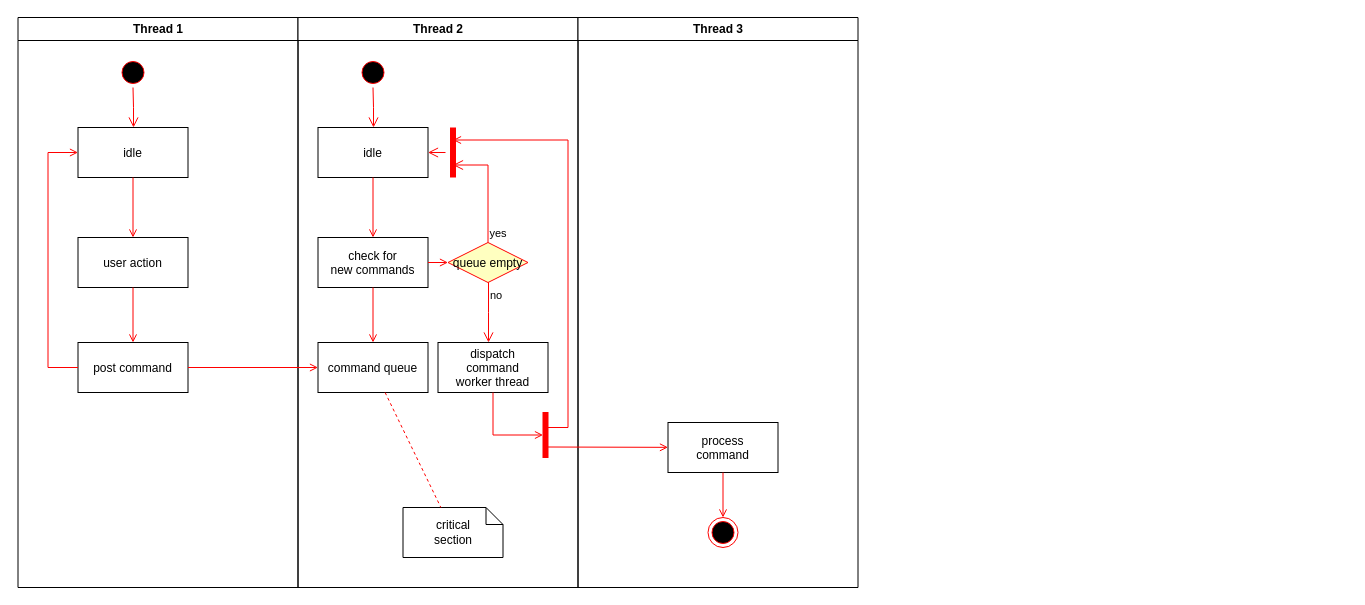
The draw.io diagram 제목 없는 다이어그램.drawio in ShimDaeSung1/EMDS2, before the edit. Source tidied: cells renumbered, new cells numbered last; positions are measured from the earlier drawing's top-left corner, leaving out a move shared by most shapes. Both pictures are drawn from the tidied source at 100%, with x=0, y=0 at pixel (17, 17).
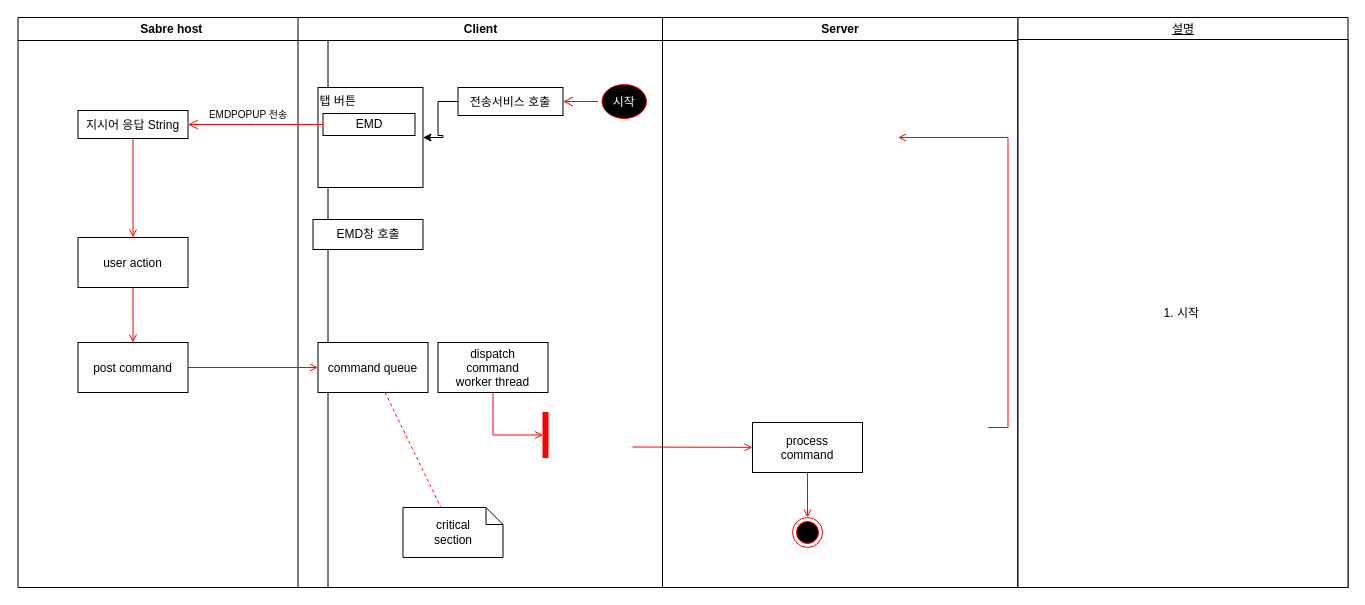
The same page after the edit.

Commit message:
제목 없는 다이어그램.drawio 업데이트

Unchanged cells that the change refers to:
```xml
<mxCell id="8" value="post command" parent="2" vertex="1">
  <mxGeometry x="60" y="325" width="110" height="50" as="geometry" />
</mxCell>
<mxCell id="17" value="command queue" parent="11" vertex="1">
  <mxGeometry x="20" y="325" width="110" height="50" as="geometry" />
</mxCell>
<mxCell id="25" value="dispatch&#10;command&#10;worker thread" parent="11" vertex="1">
  <mxGeometry x="140" y="325" width="110" height="50" as="geometry" />
</mxCell>
```

The edit, as a diff of the source:
```diff
@@
-    <mxCell id="2" value="Thread 1" style="swimlane;whiteSpace=wrap;" parent="1" vertex="1">
-      <mxGeometry x="0.5" width="280" height="570" as="geometry" />
+    <mxCell id="2" value="Sabre host " style="swimlane;whiteSpace=wrap;" parent="1" vertex="1">
+      <mxGeometry x="0.5" width="310" height="570" as="geometry" />
     </mxCell>
-    <mxCell id="3" style="ellipse;shape=startState;fillColor=#000000;strokeColor=#ff0000;" parent="2" vertex="1">
-      <mxGeometry x="100" y="40" width="30" height="30" as="geometry" />
-    </mxCell>
-    <mxCell id="4" style="edgeStyle=elbowEdgeStyle;elbow=horizontal;verticalAlign=bottom;endArrow=open;endSize=8;strokeColor=#FF0000;endFill=1;rounded=0;" parent="2" edge="1" source="3" target="5">
-      <mxGeometry x="100" y="40" as="geometry" />
-    </mxCell>
-    <mxCell id="5" value="idle" parent="2" vertex="1">
-      <mxGeometry x="60" y="110" width="110" height="50" as="geometry" />
+    <mxCell id="5" value="지시어 응답 String" parent="2" vertex="1">
+      <mxGeometry x="60" y="93" width="110" height="28" as="geometry" />
     </mxCell>
@@
-    <mxCell id="10" style="edgeStyle=elbowEdgeStyle;elbow=horizontal;strokeColor=#FF0000;endArrow=open;endFill=1;rounded=0;" parent="2" edge="1" source="8" target="5">
-      <mxGeometry relative="1" as="geometry">
-        <Array as="points">
-          <mxPoint x="30" y="250" />
-        </Array>
-      </mxGeometry>
-    </mxCell>
+    <mxCell id="37" value="EMDPOPUP 전송" style="text;html=1;strokeColor=none;fillColor=none;align=center;verticalAlign=middle;whiteSpace=wrap;rounded=0;fontSize=10;" parent="2" vertex="1">
+      <mxGeometry x="180" y="82" width="100" height="30" as="geometry" />
+    </mxCell>
-    <mxCell id="11" value="Thread 2" style="swimlane;whiteSpace=wrap;" parent="1" vertex="1">
-      <mxGeometry x="280.5" width="280" height="570" as="geometry" />
+    <mxCell id="11" value="Client" style="swimlane;whiteSpace=wrap;" parent="1" vertex="1">
+      <mxGeometry x="280.5" width="364.5" height="570" as="geometry" />
     </mxCell>
-    <mxCell id="12" style="ellipse;shape=startState;fillColor=#000000;strokeColor=#ff0000;" parent="11" vertex="1">
-      <mxGeometry x="60" y="40" width="30" height="30" as="geometry" />
+    <mxCell id="12" value="시작" style="ellipse;shape=startState;fillColor=#000000;strokeColor=#ff0000;fontColor=#FFFFFF;" parent="11" vertex="1">
+      <mxGeometry x="300" y="63" width="52.5" height="42" as="geometry" />
     </mxCell>
@@
+    <mxCell id="38" style="edgeStyle=orthogonalEdgeStyle;rounded=0;jettySize=auto;html=1;" parent="11" edge="1" source="14" target="40">
+      <mxGeometry relative="1" as="geometry" />
+    </mxCell>
-    <mxCell id="14" value="idle" parent="11" vertex="1">
-      <mxGeometry x="20" y="110" width="110" height="50" as="geometry" />
+    <mxCell id="14" value="전송서비스 호출" parent="11" vertex="1">
+      <mxGeometry x="160" y="70" width="105" height="28" as="geometry" />
     </mxCell>
-    <mxCell id="15" value="check for &#10;new commands" parent="11" vertex="1">
-      <mxGeometry x="20" y="220" width="110" height="50" as="geometry" />
-    </mxCell>
-    <mxCell id="16" style="endArrow=open;strokeColor=#FF0000;endFill=1;rounded=0;" parent="11" edge="1" source="14" target="15">
-      <mxGeometry relative="1" as="geometry" />
-    </mxCell>
@@
-    <mxCell id="18" style="endArrow=open;strokeColor=#FF0000;endFill=1;rounded=0;" parent="11" edge="1" source="15" target="17">
-      <mxGeometry relative="1" as="geometry" />
-    </mxCell>
-    <mxCell id="19" value="queue empty" style="rhombus;fillColor=#ffffc0;strokeColor=#ff0000;" parent="11" vertex="1">
-      <mxGeometry x="150" y="225" width="80" height="40" as="geometry" />
-    </mxCell>
-    <mxCell id="20" value="yes" style="edgeStyle=elbowEdgeStyle;elbow=horizontal;align=left;verticalAlign=bottom;endArrow=open;endSize=8;strokeColor=#FF0000;exitX=0.5;exitY=0;endFill=1;rounded=0;entryX=0.75;entryY=0.5;entryPerimeter=0;" parent="11" edge="1" source="19" target="23">
-      <mxGeometry x="-1" relative="1" as="geometry">
-        <Array as="points">
-          <mxPoint x="190" y="180" />
-        </Array>
-      </mxGeometry>
-    </mxCell>
-    <mxCell id="21" value="no" style="edgeStyle=elbowEdgeStyle;elbow=horizontal;align=left;verticalAlign=top;endArrow=open;endSize=8;strokeColor=#FF0000;endFill=1;rounded=0;" parent="11" edge="1" source="19" target="25">
-      <mxGeometry x="-1" relative="1" as="geometry" />
-    </mxCell>
-    <mxCell id="22" style="endArrow=open;strokeColor=#FF0000;endFill=1;rounded=0;" parent="11" edge="1" source="15" target="19">
-      <mxGeometry relative="1" as="geometry" />
-    </mxCell>
-    <mxCell id="23" style="shape=line;strokeWidth=6;strokeColor=#ff0000;rotation=90;" parent="11" vertex="1">
-      <mxGeometry x="130" y="127.5" width="50" height="15" as="geometry" />
-    </mxCell>
-    <mxCell id="24" style="edgeStyle=elbowEdgeStyle;elbow=horizontal;verticalAlign=bottom;endArrow=open;endSize=8;strokeColor=#FF0000;endFill=1;rounded=0;" parent="11" edge="1" source="23" target="14">
-      <mxGeometry x="130" y="90" as="geometry" />
-    </mxCell>
@@
+    <mxCell id="39" value="EMD창 호출" style="whiteSpace=wrap;html=1;" parent="11" vertex="1">
+      <mxGeometry x="15" y="202" width="110" height="30" as="geometry" />
+    </mxCell>
+    <mxCell id="40" value="탭 버튼&#10;" style="align=left;verticalAlign=top;" parent="11" vertex="1">
+      <mxGeometry x="20" y="70" width="105" height="100" as="geometry" />
+    </mxCell>
+    <mxCell id="41" value="EMD" style="rounded=0;whiteSpace=wrap;html=1;" parent="11" vertex="1">
+      <mxGeometry x="25" y="96" width="92" height="22" as="geometry" />
+    </mxCell>
-    <mxCell id="30" value="Thread 3" style="swimlane;whiteSpace=wrap;" parent="1" vertex="1">
-      <mxGeometry x="560.5" width="280" height="570" as="geometry" />
+    <mxCell id="30" value="Server" style="swimlane;whiteSpace=wrap;" parent="1" vertex="1">
+      <mxGeometry x="645" width="355.5" height="570" as="geometry" />
     </mxCell>
@@
-    <mxCell id="32" style="edgeStyle=elbowEdgeStyle;elbow=horizontal;strokeColor=#FF0000;endArrow=open;endFill=1;rounded=0;entryX=0.25;entryY=0.5;entryPerimeter=0;" parent="30" edge="1" target="23">
-      <mxGeometry relative="1" as="geometry">
-        <mxPoint x="-30" y="410" as="sourcePoint" />
-        <Array as="points">
-          <mxPoint x="-10" y="135" />
-        </Array>
-      </mxGeometry>
-    </mxCell>
@@
+    <mxCell id="42" value="설명" style="swimlane;whiteSpace=wrap;fontStyle=4;" parent="1" vertex="1">
+      <mxGeometry x="1000.5" width="330" height="570" as="geometry" />
+    </mxCell>
+    <mxCell id="43" style="edgeStyle=elbowEdgeStyle;elbow=horizontal;strokeColor=#FF0000;endArrow=open;endFill=1;rounded=0;entryX=0.25;entryY=0.5;entryPerimeter=0;" parent="42" edge="1">
+      <mxGeometry relative="1" as="geometry">
+        <mxPoint x="-30" y="410" as="sourcePoint" />
+        <mxPoint x="-120" y="120" as="targetPoint" />
+        <Array as="points">
+          <mxPoint x="-10" y="135" />
+        </Array>
+      </mxGeometry>
+    </mxCell>
+    <mxCell id="44" value="1. 시작&amp;nbsp;" style="whiteSpace=wrap;html=1;" parent="42" vertex="1">
+      <mxGeometry y="22" width="330" height="548" as="geometry" />
+    </mxCell>
+    <mxCell id="45" style="edgeStyle=elbowEdgeStyle;elbow=horizontal;verticalAlign=bottom;endArrow=open;endSize=8;strokeColor=#FF0000;endFill=1;rounded=0;exitX=0;exitY=0.5;exitDx=0;exitDy=0;entryX=1;entryY=0.5;entryDx=0;entryDy=0;" parent="1" edge="1" source="41" target="5">
+      <mxGeometry x="40" y="20" as="geometry" />
+    </mxCell>
```
